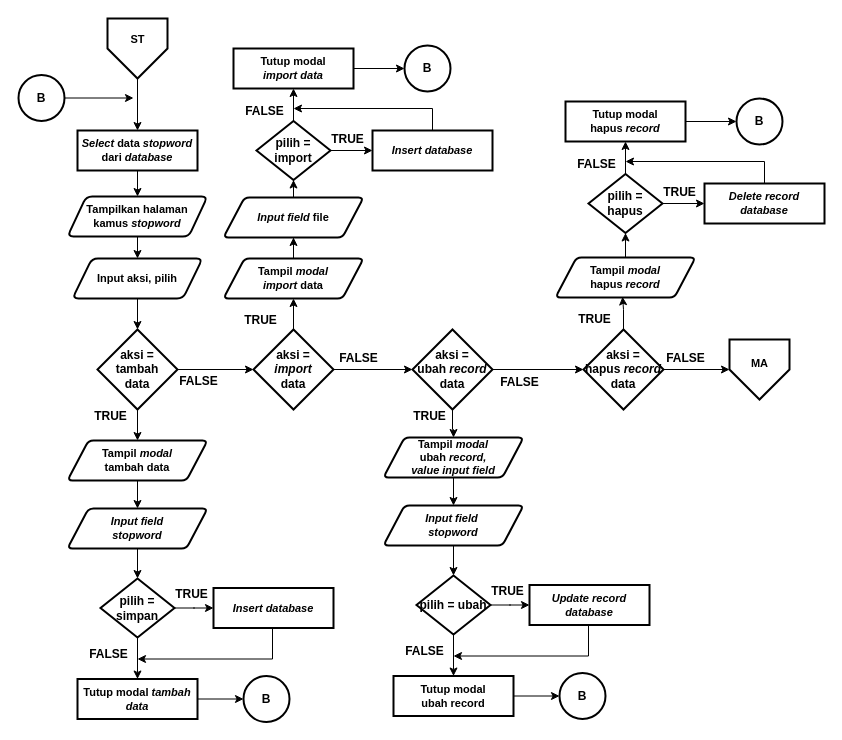
The draw.io diagram Dokumen TA/Paper/Flowchart/Flowchart menu stopword.drawio in muspriandi/TextMining-SentimentAnalysis, before the edit. Source tidied: cells renumbered, new cells numbered last; positions are measured from the earlier drawing's top-left corner, leaving out a move shared by most shapes. Both pictures are drawn from the tidied source at 100%, with x=0, y=0 at pixel (18, 18).
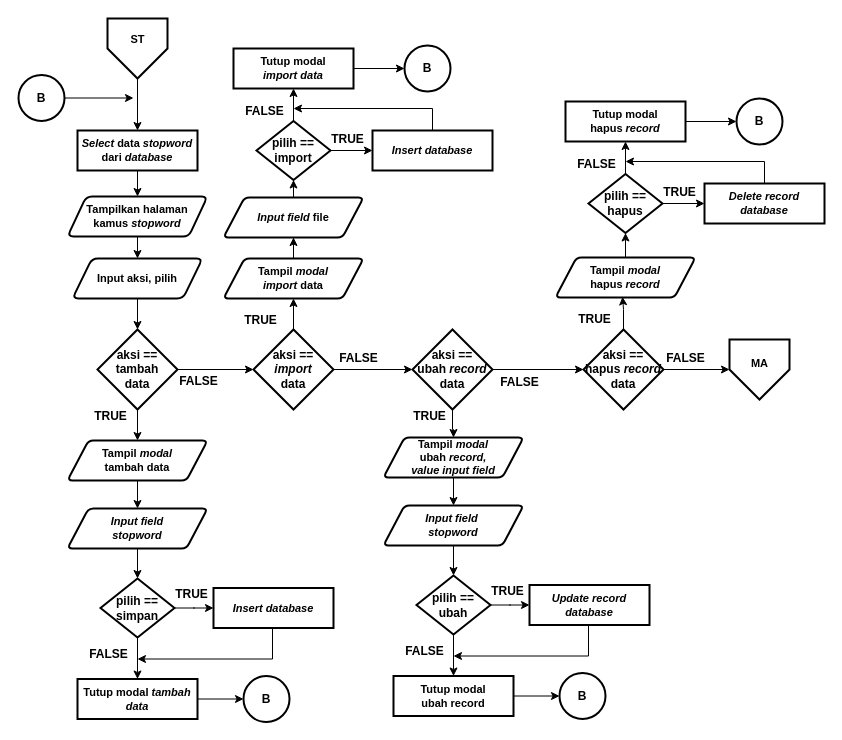
After the change.

Diff of the diagram source:
```diff
@@
-    <mxCell id="17" value="&lt;b&gt;&lt;font style=&quot;font-size: 12px&quot;&gt;aksi = tambah&lt;br&gt;data&lt;/font&gt;&lt;/b&gt;" style="rhombus;whiteSpace=wrap;html=1;strokeWidth=2;" parent="1" vertex="1">
+    <mxCell id="17" value="&lt;b&gt;&lt;font style=&quot;font-size: 12px&quot;&gt;aksi == tambah&lt;br&gt;data&lt;/font&gt;&lt;/b&gt;" style="rhombus;whiteSpace=wrap;html=1;strokeWidth=2;" parent="1" vertex="1">
       <mxGeometry x="79" y="311" width="80" height="80" as="geometry" />
     </mxCell>
@@
-    <mxCell id="20" value="&lt;b&gt;&lt;font style=&quot;font-size: 12px&quot;&gt;aksi = &lt;br&gt;&lt;i&gt;import&lt;/i&gt;&lt;br&gt;data&lt;br&gt;&lt;/font&gt;&lt;/b&gt;" style="rhombus;whiteSpace=wrap;html=1;strokeWidth=2;" parent="1" vertex="1">
+    <mxCell id="20" value="&lt;b&gt;&lt;font style=&quot;font-size: 12px&quot;&gt;aksi == &lt;br&gt;&lt;i&gt;import&lt;/i&gt;&lt;br&gt;data&lt;br&gt;&lt;/font&gt;&lt;/b&gt;" style="rhombus;whiteSpace=wrap;html=1;strokeWidth=2;" parent="1" vertex="1">
       <mxGeometry x="235" y="311" width="80" height="80" as="geometry" />
     </mxCell>
@@
-    <mxCell id="23" value="&lt;b&gt;&lt;font style=&quot;font-size: 12px&quot;&gt;aksi =&lt;br&gt;ubah &lt;i&gt;record&lt;/i&gt;&lt;br&gt;data&lt;br&gt;&lt;/font&gt;&lt;/b&gt;" style="rhombus;whiteSpace=wrap;html=1;strokeWidth=2;" parent="1" vertex="1">
+    <mxCell id="23" value="&lt;b&gt;&lt;font style=&quot;font-size: 12px&quot;&gt;aksi ==&lt;br&gt;ubah &lt;i&gt;record&lt;/i&gt;&lt;br&gt;data&lt;br&gt;&lt;/font&gt;&lt;/b&gt;" style="rhombus;whiteSpace=wrap;html=1;strokeWidth=2;" parent="1" vertex="1">
       <mxGeometry x="394" y="311" width="80" height="80" as="geometry" />
     </mxCell>
@@
-    <mxCell id="26" value="&lt;b&gt;&lt;font style=&quot;font-size: 12px&quot;&gt;aksi =&lt;br&gt;hapus &lt;i&gt;record&lt;/i&gt;&lt;br&gt;data&lt;br&gt;&lt;/font&gt;&lt;/b&gt;" style="rhombus;whiteSpace=wrap;html=1;strokeWidth=2;" parent="1" vertex="1">
+    <mxCell id="26" value="&lt;b&gt;&lt;font style=&quot;font-size: 12px&quot;&gt;aksi ==&lt;br&gt;hapus &lt;i&gt;record&lt;/i&gt;&lt;br&gt;data&lt;br&gt;&lt;/font&gt;&lt;/b&gt;" style="rhombus;whiteSpace=wrap;html=1;strokeWidth=2;" parent="1" vertex="1">
       <mxGeometry x="565" y="311" width="80" height="80" as="geometry" />
     </mxCell>
@@
-    <mxCell id="33" value="&lt;b&gt;&lt;font style=&quot;font-size: 12px&quot;&gt;pilih = simpan&lt;/font&gt;&lt;/b&gt;" style="rhombus;whiteSpace=wrap;html=1;strokeWidth=2;" parent="1" vertex="1">
+    <mxCell id="33" value="&lt;b&gt;&lt;font style=&quot;font-size: 12px&quot;&gt;pilih == simpan&lt;/font&gt;&lt;/b&gt;" style="rhombus;whiteSpace=wrap;html=1;strokeWidth=2;" parent="1" vertex="1">
       <mxGeometry x="82" y="560" width="74" height="59" as="geometry" />
     </mxCell>
@@
-    <mxCell id="51" value="&lt;b&gt;&lt;font style=&quot;font-size: 12px&quot;&gt;pilih = import&lt;/font&gt;&lt;/b&gt;" style="rhombus;whiteSpace=wrap;html=1;strokeWidth=2;" parent="1" vertex="1">
+    <mxCell id="51" value="&lt;b&gt;&lt;font style=&quot;font-size: 12px&quot;&gt;pilih == import&lt;/font&gt;&lt;/b&gt;" style="rhombus;whiteSpace=wrap;html=1;strokeWidth=2;" parent="1" vertex="1">
       <mxGeometry x="238" y="102.5" width="74" height="59" as="geometry" />
     </mxCell>
@@
-    <mxCell id="67" value="&lt;b&gt;&lt;font style=&quot;font-size: 12px&quot;&gt;pilih = ubah&lt;/font&gt;&lt;/b&gt;" style="rhombus;whiteSpace=wrap;html=1;strokeWidth=2;" parent="1" vertex="1">
+    <mxCell id="67" value="&lt;b&gt;&lt;font style=&quot;font-size: 12px&quot;&gt;pilih == ubah&lt;/font&gt;&lt;/b&gt;" style="rhombus;whiteSpace=wrap;html=1;strokeWidth=2;" parent="1" vertex="1">
       <mxGeometry x="398" y="557" width="74" height="59" as="geometry" />
     </mxCell>
@@
-    <mxCell id="81" value="&lt;b&gt;&lt;font style=&quot;font-size: 12px&quot;&gt;pilih = hapus&lt;/font&gt;&lt;/b&gt;" style="rhombus;whiteSpace=wrap;html=1;strokeWidth=2;" parent="1" vertex="1">
+    <mxCell id="81" value="&lt;b&gt;&lt;font style=&quot;font-size: 12px&quot;&gt;pilih == hapus&lt;/font&gt;&lt;/b&gt;" style="rhombus;whiteSpace=wrap;html=1;strokeWidth=2;" parent="1" vertex="1">
       <mxGeometry x="570" y="155.5" width="74" height="59" as="geometry" />
     </mxCell>
```
